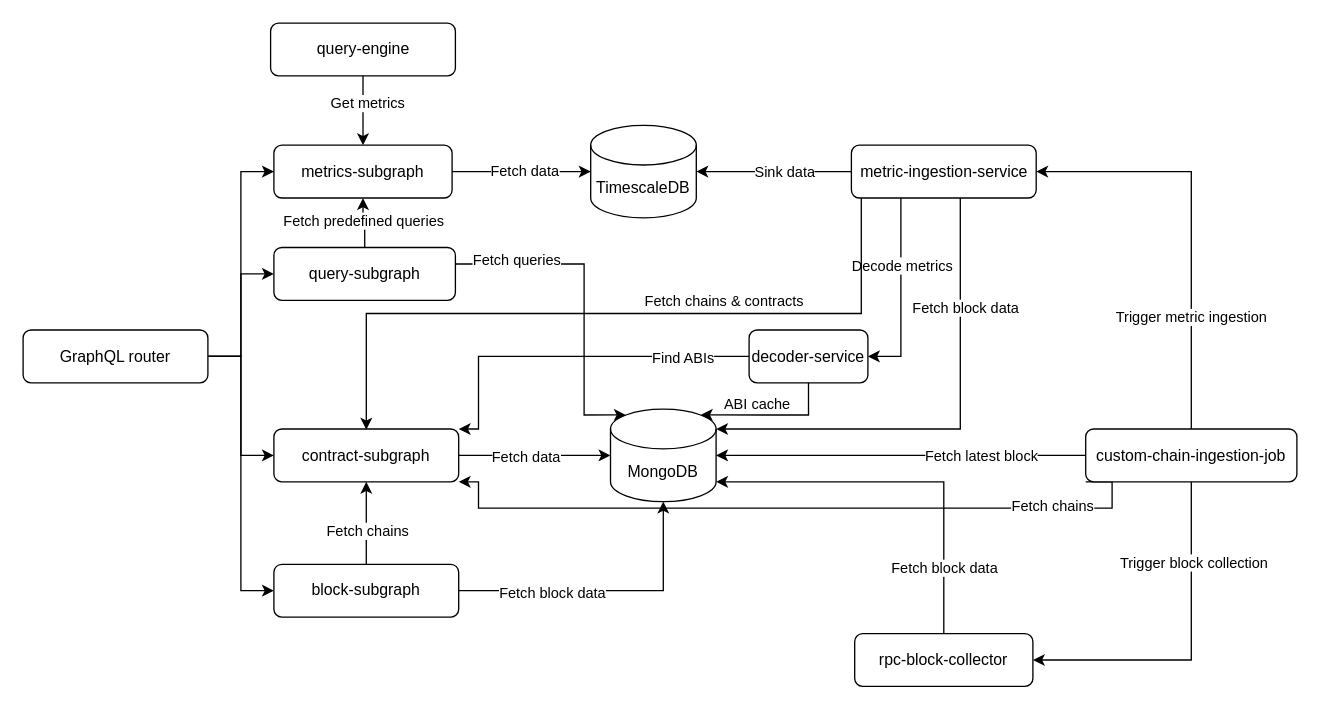
Above: blocktorch-os.drawio in blocktorch-xyz/opentorch (draw.io), before the change. Source tidied: cells renumbered, new cells numbered last; positions are measured from the earlier drawing's top-left corner, leaving out a move shared by most shapes. Both pictures are drawn from the tidied source at 132%, with x=0, y=0 at pixel (22, 22).
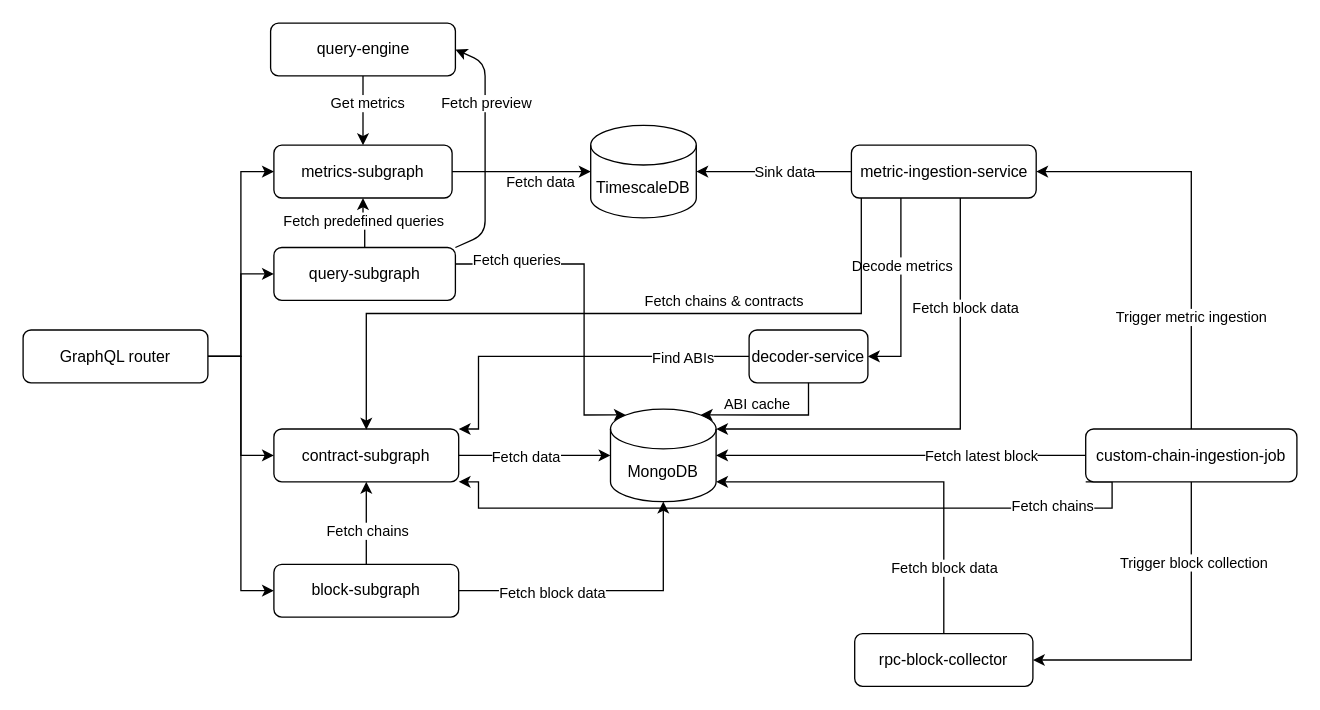
Above is the later version.

Unchanged cells that the change refers to:
```xml
<mxCell id="40" value="query-subgraph" style="rounded=1;whiteSpace=wrap;html=1;" parent="1" vertex="1">
  <mxGeometry x="190" y="170" width="137.5" height="40" as="geometry" />
</mxCell>
<mxCell id="44" style="edgeStyle=orthogonalEdgeStyle;rounded=0;jettySize=auto;html=1;entryX=0;entryY=0.5;entryDx=0;entryDy=0;entryPerimeter=0;" parent="1" edge="1" source="43" target="3">
  <mxGeometry relative="1" as="geometry" />
</mxCell>
<mxCell id="48" value="query-engine" style="rounded=1;whiteSpace=wrap;html=1;" parent="1" vertex="1">
  <mxGeometry x="187.5" width="140" height="40" as="geometry" />
</mxCell>
```

The edit, as a diff of the source:
```diff
@@
+    <mxCell id="54" style="edgeStyle=none;html=1;exitX=1;exitY=0;exitDx=0;exitDy=0;entryX=1;entryY=0.5;entryDx=0;entryDy=0;" parent="1" edge="1" source="40" target="48">
+      <mxGeometry relative="1" as="geometry">
+        <Array as="points">
+          <mxPoint x="350" y="160" />
+          <mxPoint x="350" y="30" />
+        </Array>
+      </mxGeometry>
+    </mxCell>
@@
     <mxCell id="45" value="Fetch data" style="edgeLabel;html=1;align=center;verticalAlign=middle;" parent="44" vertex="1">
-      <mxGeometry x="0.02" y="1" relative="1" as="geometry" />
+      <mxGeometry x="0.02" y="1" relative="1" as="geometry">
+        <mxPoint x="12" y="9" as="offset" />
+      </mxGeometry>
     </mxCell>
@@
+    <mxCell id="55" value="Fetch preview" style="edgeLabel;html=1;align=center;verticalAlign=middle;" parent="1" vertex="1">
+      <mxGeometry x="350" y="60" as="geometry" />
+    </mxCell>
```
